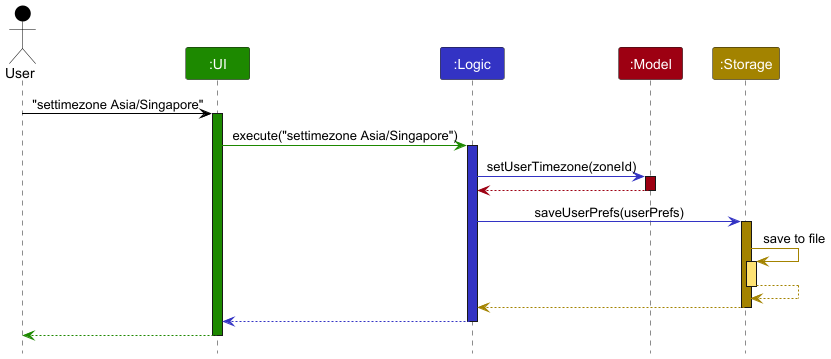
This is docs/images/TimeZoneSetTimeZoneSequence.png from tathan08/tp, a PlantUML export, as it was before one commit.
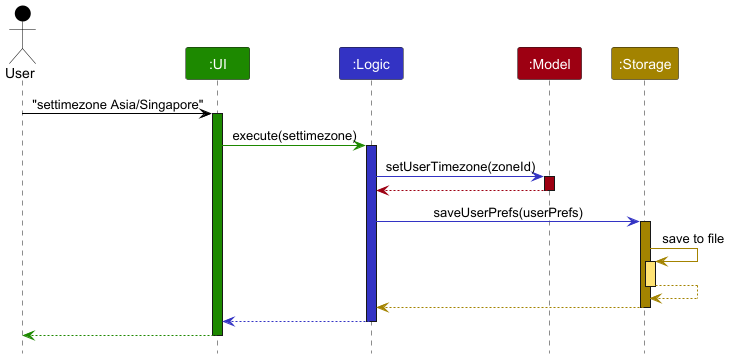
The same diagram one commit later.

What changed in the source:
```diff
@@ -11,7 +11,7 @@
 user -[USER_COLOR]> ui : "settimezone Asia/Singapore"
 activate ui UI_COLOR
 
-ui -[UI_COLOR]> logic : execute("settimezone Asia/Singapore")
+ui -[UI_COLOR]> logic : execute(settimezone)
 activate logic LOGIC_COLOR
 
 logic -[LOGIC_COLOR]> model : setUserTimezone(zoneId)
```
